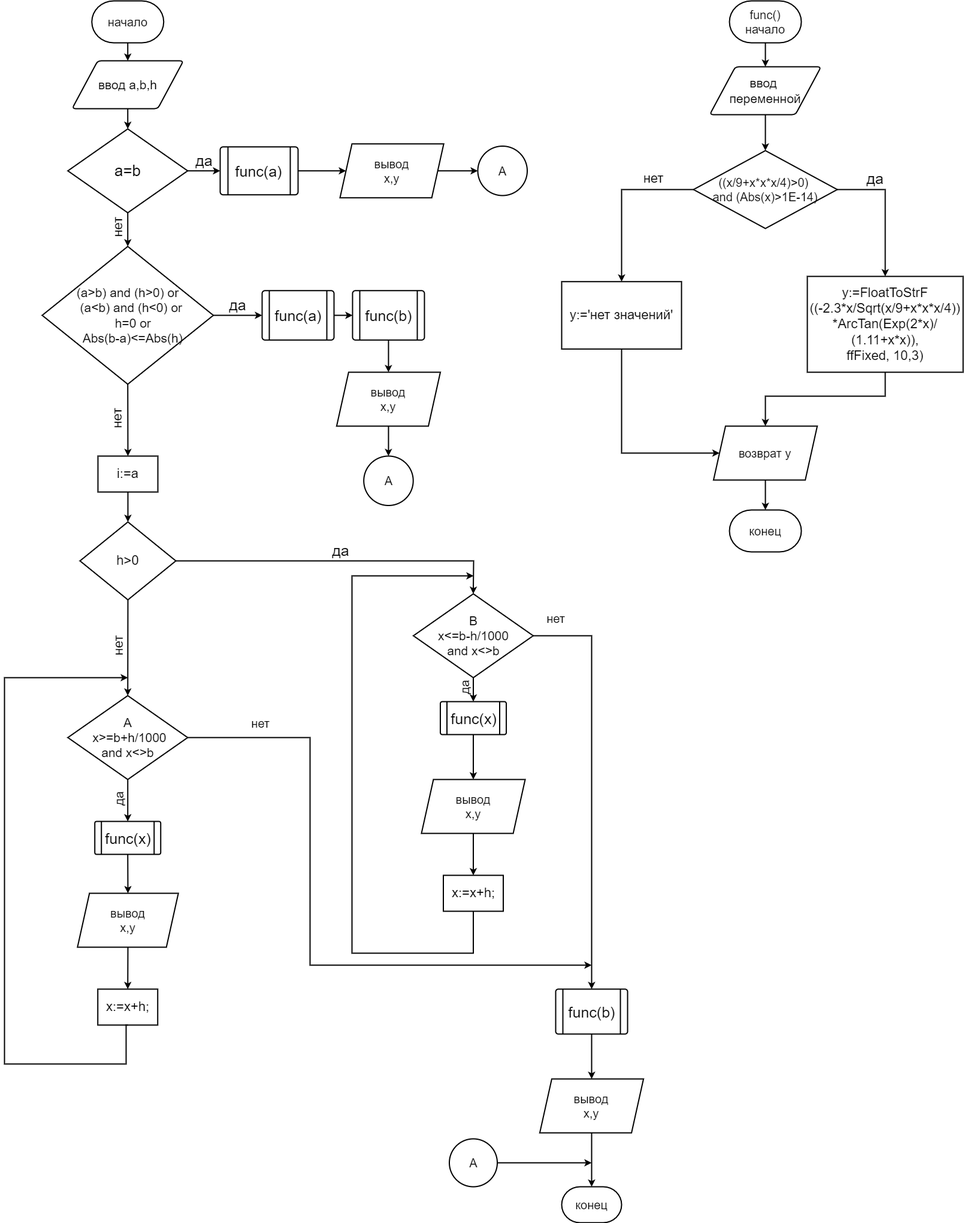
Before: lab-1png.drawio.png, a diagram exported from draw.io (MarkOstapchuk/lab-1). Source tidied: cells renumbered, new cells last; positions are measured from the earlier drawing's top-left corner, leaving out a move shared by most shapes.
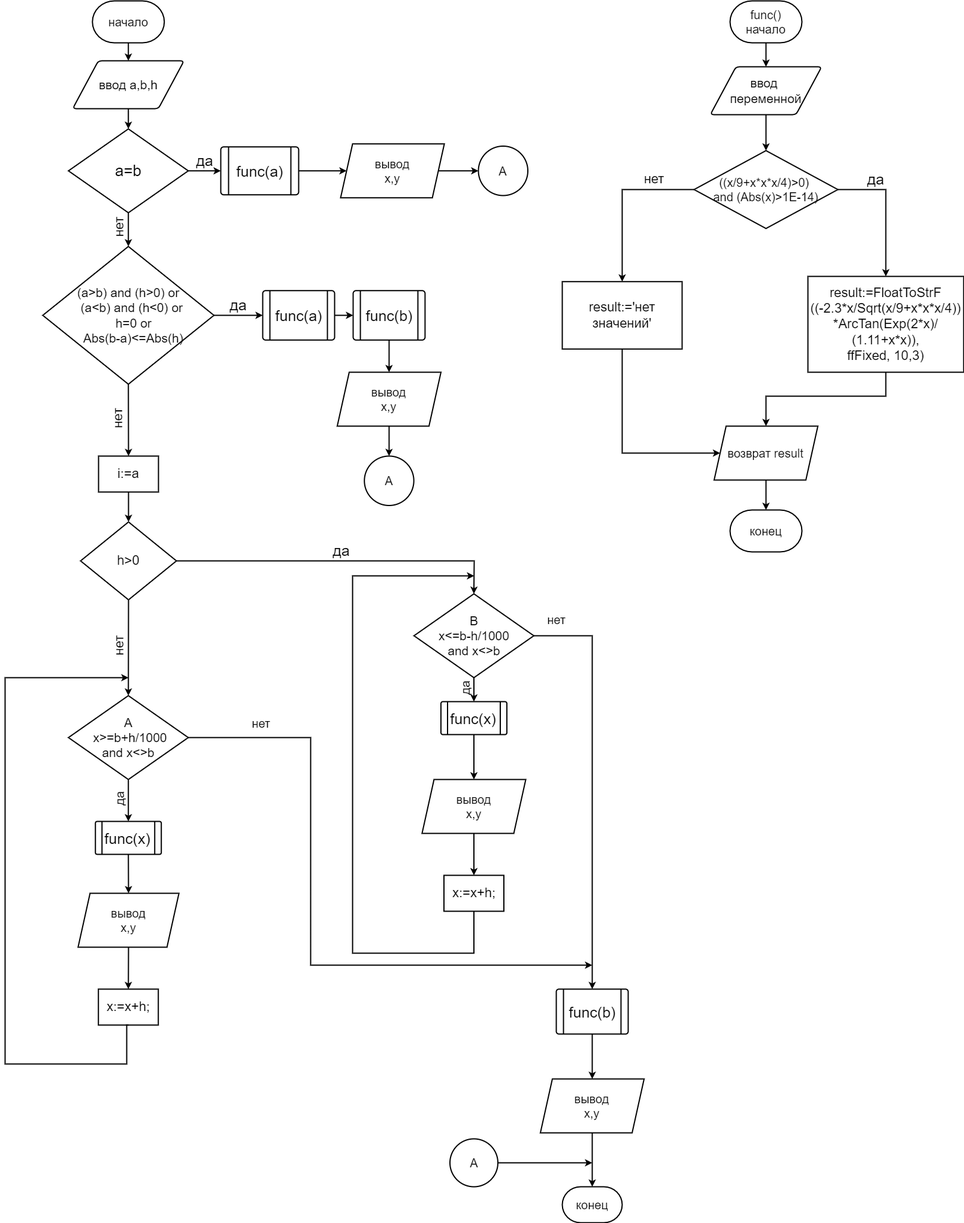
Above is the later version.

Diff of the diagram source:
```diff
@@ -194,7 +194,7 @@
         </Array>
       </mxGeometry>
     </mxCell>
-    <mxCell id="57" value="y:=FloatToStrF&lt;br&gt;((-2.3*x/Sqrt(x/9+x*x*x/4))&lt;br&gt;*ArcTan(Exp(2*x)/&lt;br&gt;(1.11+x*x)),&lt;br&gt;ffFixed, 10,3)" style="rounded=0;whiteSpace=wrap;html=1;absoluteArcSize=1;arcSize=14;strokeWidth=2;shadow=0;glass=0;sketch=0;fontSize=22;fillColor=default;" parent="1" vertex="1">
+    <mxCell id="57" value="result:=FloatToStrF&lt;br&gt;((-2.3*x/Sqrt(x/9+x*x*x/4))&lt;br&gt;*ArcTan(Exp(2*x)/&lt;br&gt;(1.11+x*x)),&lt;br&gt;ffFixed, 10,3)" style="rounded=0;whiteSpace=wrap;html=1;absoluteArcSize=1;arcSize=14;strokeWidth=2;shadow=0;glass=0;sketch=0;fontSize=22;fillColor=default;" parent="1" vertex="1">
       <mxGeometry x="1340" y="460" width="260" height="160" as="geometry" />
     </mxCell>
     <mxCell id="58" value="нет" style="endArrow=classic;html=1;rounded=0;fontSize=22;exitX=0;exitY=0.5;exitDx=0;exitDy=0;horizontal=1;verticalAlign=bottom;spacingRight=0;spacingLeft=105;entryX=0.5;entryY=0;entryDx=0;entryDy=0;spacingBottom=20;strokeWidth=2;" parent="1" edge="1" source="55" target="59">
@@ -204,7 +204,7 @@
         </Array>
       </mxGeometry>
     </mxCell>
-    <mxCell id="59" value="y:='нет значений'" style="rounded=0;whiteSpace=wrap;html=1;absoluteArcSize=1;arcSize=14;strokeWidth=2;shadow=0;glass=0;sketch=0;fontSize=22;fillColor=default;" parent="1" vertex="1">
+    <mxCell id="59" value="result:='нет значений'" style="rounded=0;whiteSpace=wrap;html=1;absoluteArcSize=1;arcSize=14;strokeWidth=2;shadow=0;glass=0;sketch=0;fontSize=22;fillColor=default;" parent="1" vertex="1">
       <mxGeometry x="930" y="468.8" width="200" height="112.5" as="geometry" />
     </mxCell>
     <mxCell id="60" style="endArrow=classic;html=1;rounded=0;fontSize=20;exitX=0.5;exitY=1;exitDx=0;exitDy=0;entryX=0;entryY=0.5;entryDx=0;entryDy=0;strokeWidth=2;" parent="1" edge="1" source="59" target="61">
@@ -214,7 +214,7 @@
         </Array>
       </mxGeometry>
     </mxCell>
-    <mxCell id="61" value="возврат y" style="shape=parallelogram;perimeter=parallelogramPerimeter;whiteSpace=wrap;html=1;fixedSize=1;shadow=0;glass=0;sketch=0;strokeWidth=2;fontSize=20;fillColor=default;" parent="1" vertex="1">
+    <mxCell id="61" value="возврат result" style="shape=parallelogram;perimeter=parallelogramPerimeter;whiteSpace=wrap;html=1;fixedSize=1;shadow=0;glass=0;sketch=0;strokeWidth=2;fontSize=20;fillColor=default;" parent="1" vertex="1">
       <mxGeometry x="1183.5" y="710" width="173.1" height="90" as="geometry" />
     </mxCell>
     <mxCell id="62" style="endArrow=classic;html=1;rounded=0;fontSize=20;exitX=0.5;exitY=1;exitDx=0;exitDy=0;entryX=0.5;entryY=0;entryDx=0;entryDy=0;strokeWidth=2;" parent="1" edge="1" source="57" target="61">
```
